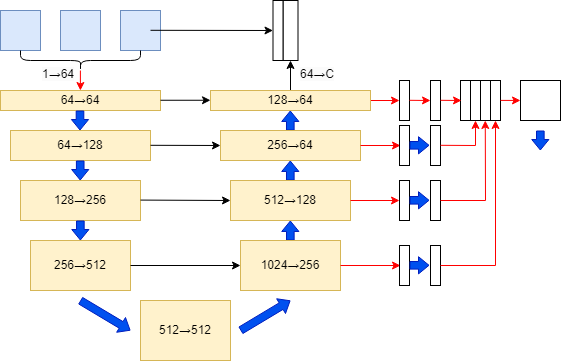
Above: test.drawio.png in DemonH-p/self-study (draw.io), before the change. Source tidied: cells renumbered, new cells last; positions are measured from the earlier drawing's top-left corner, leaving out a move shared by most shapes.
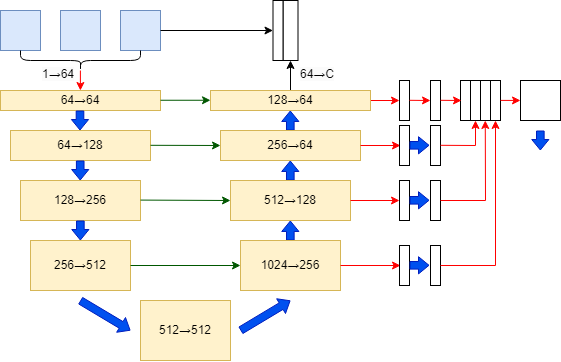
The same file after the commit.

What changed in the source:
```diff
@@ -113,29 +113,27 @@
     <mxCell id="22" style="rounded=0;whiteSpace=wrap;html=1;" parent="1" vertex="1">
       <mxGeometry x="272.5" width="10" height="60" as="geometry" />
     </mxCell>
-    <mxCell id="23" style="endArrow=classic;html=1;rounded=0;fillColor=#e51400;strokeColor=#000000;entryX=0;entryY=0.5;entryDx=0;entryDy=0;" parent="1" edge="1" target="22">
-      <mxGeometry relative="1" as="geometry">
-        <mxPoint x="150" y="29.8" as="sourcePoint" />
-      </mxGeometry>
+    <mxCell id="23" style="endArrow=classic;html=1;rounded=0;fillColor=#e51400;strokeColor=#000000;entryX=0;entryY=0.5;entryDx=0;entryDy=0;exitX=1;exitY=0.5;exitDx=0;exitDy=0;" parent="1" edge="1" source="4" target="22">
+      <mxGeometry relative="1" as="geometry" />
     </mxCell>
     <mxCell id="24" style="endArrow=classic;html=1;rounded=0;fillColor=#e51400;strokeColor=#000000;exitX=0.5;exitY=0;exitDx=0;exitDy=0;entryX=0.5;entryY=1;entryDx=0;entryDy=0;" parent="1" edge="1" source="29" target="21">
       <mxGeometry relative="1" as="geometry" />
     </mxCell>
-    <mxCell id="25" style="endArrow=classic;html=1;rounded=0;fillColor=#e51400;strokeColor=#000000;" parent="1" edge="1">
+    <mxCell id="25" style="endArrow=classic;html=1;rounded=0;fillColor=#008a00;strokeColor=#005700;" parent="1" edge="1">
       <mxGeometry relative="1" as="geometry">
         <mxPoint x="160" y="99.8" as="sourcePoint" />
         <mxPoint x="210" y="99.8" as="targetPoint" />
       </mxGeometry>
     </mxCell>
-    <mxCell id="26" style="endArrow=classic;html=1;rounded=0;fillColor=#e51400;strokeColor=#000000;entryX=0;entryY=0.5;entryDx=0;entryDy=0;" parent="1" edge="1" target="33">
+    <mxCell id="26" style="endArrow=classic;html=1;rounded=0;fillColor=#008a00;strokeColor=#005700;entryX=0;entryY=0.5;entryDx=0;entryDy=0;" parent="1" edge="1" target="33">
       <mxGeometry relative="1" as="geometry">
         <mxPoint x="140" y="199.6" as="sourcePoint" />
       </mxGeometry>
     </mxCell>
-    <mxCell id="27" style="endArrow=classic;html=1;rounded=0;fillColor=#e51400;strokeColor=#000000;exitX=1;exitY=0.5;exitDx=0;exitDy=0;exitPerimeter=0;entryX=0;entryY=0.5;entryDx=0;entryDy=0;" parent="1" edge="1" source="14" target="32">
+    <mxCell id="27" style="endArrow=classic;html=1;rounded=0;fillColor=#008a00;strokeColor=#005700;exitX=1;exitY=0.5;exitDx=0;exitDy=0;exitPerimeter=0;entryX=0;entryY=0.5;entryDx=0;entryDy=0;" parent="1" edge="1" source="14" target="32">
       <mxGeometry relative="1" as="geometry" />
     </mxCell>
-    <mxCell id="28" style="endArrow=classic;html=1;rounded=0;fillColor=#e51400;strokeColor=#000000;entryX=0;entryY=0.5;entryDx=0;entryDy=0;" parent="1" edge="1" target="30">
+    <mxCell id="28" style="endArrow=classic;html=1;rounded=0;fillColor=#008a00;strokeColor=#005700;entryX=0;entryY=0.5;entryDx=0;entryDy=0;" parent="1" edge="1" target="30">
       <mxGeometry relative="1" as="geometry">
         <mxPoint x="150" y="144.8" as="sourcePoint" />
       </mxGeometry>
```
